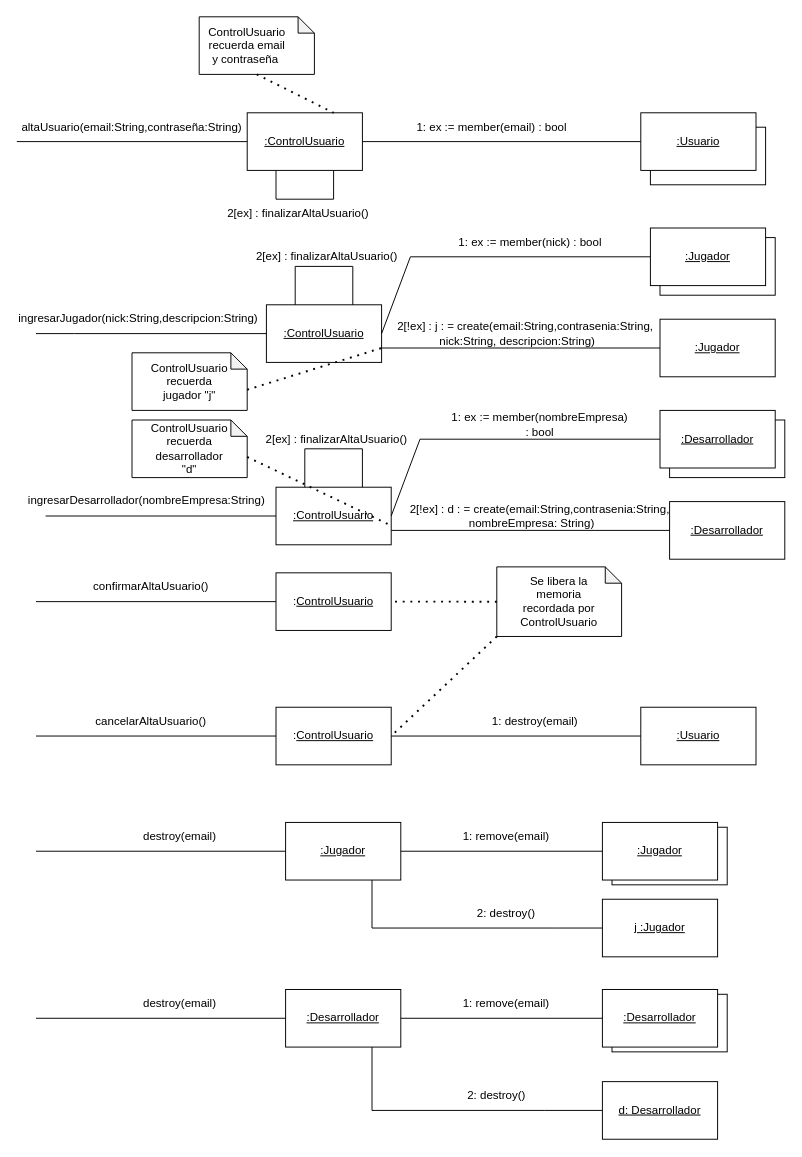
The draw.io diagram DiagramasDeComunicacion/AltaUsuario.drawio in CintiaLeal/Laboratorio_PA, before the edit. Source tidied: cells renumbered, new cells numbered last; positions are measured from the earlier drawing's top-left corner, leaving out a move shared by most shapes. Both pictures are drawn from the tidied source at 96%, with x=0, y=0 at pixel (16, 16).
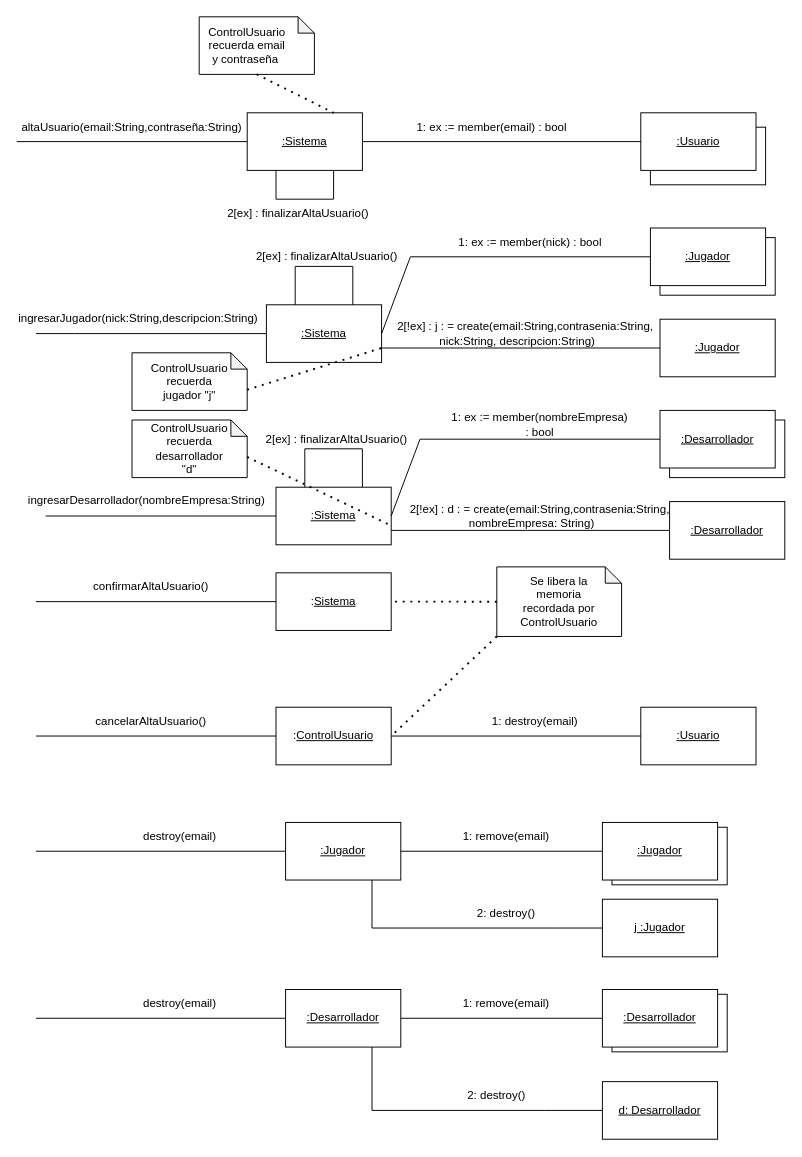
Above is the later version.

Commit message (it also covers changes not shown here):
Arreglos sistema en lugar de control

What changed in the source:
```diff
@@
-    <mxCell id="3" value="&lt;u&gt;:ControlUsuario&lt;/u&gt;" style="rounded=0;whiteSpace=wrap;html=1;" parent="1" vertex="1">
+    <mxCell id="3" value="&lt;u&gt;:Sistema&lt;/u&gt;" style="rounded=0;whiteSpace=wrap;html=1;" parent="1" vertex="1">
       <mxGeometry x="240" y="100" width="120" height="60" as="geometry" />
     </mxCell>
@@
-    <mxCell id="13" value="&lt;u&gt;:ControlUsuario&lt;/u&gt;" style="text;html=1;strokeColor=none;fillColor=none;align=center;verticalAlign=middle;whiteSpace=wrap;rounded=0;" parent="1" vertex="1">
+    <mxCell id="13" value="&lt;u&gt;:Sistema&lt;/u&gt;" style="text;html=1;strokeColor=none;fillColor=none;align=center;verticalAlign=middle;whiteSpace=wrap;rounded=0;" parent="1" vertex="1">
       <mxGeometry x="290" y="315" width="60" height="30" as="geometry" />
     </mxCell>
@@
-    <mxCell id="31" value="&lt;u&gt;:ControlUsuario&lt;/u&gt;" style="text;html=1;strokeColor=none;fillColor=none;align=center;verticalAlign=middle;whiteSpace=wrap;rounded=0;" parent="1" vertex="1">
+    <mxCell id="31" value="&lt;u&gt;:Sistema&lt;/u&gt;" style="text;html=1;strokeColor=none;fillColor=none;align=center;verticalAlign=middle;whiteSpace=wrap;rounded=0;" parent="1" vertex="1">
       <mxGeometry x="300" y="505" width="60" height="30" as="geometry" />
     </mxCell>
@@
-    <mxCell id="45" value=":&lt;u&gt;ControlUsuario&lt;/u&gt;" style="rounded=0;whiteSpace=wrap;html=1;" parent="1" vertex="1">
+    <mxCell id="45" value=":&lt;u&gt;Sistema&lt;/u&gt;" style="rounded=0;whiteSpace=wrap;html=1;" parent="1" vertex="1">
       <mxGeometry x="270" y="579.2" width="120" height="60" as="geometry" />
     </mxCell>
```
